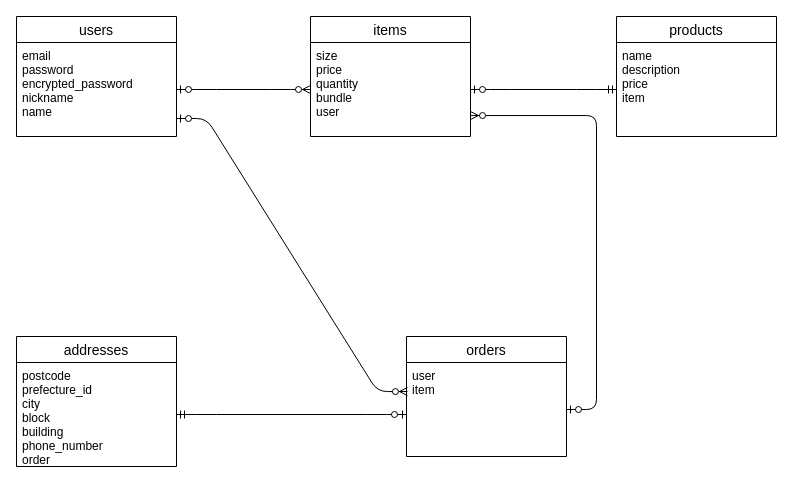
shionsenoo/material keeps this draw.io diagram as material.dio. Above is the earlier version. Source tidied: cells renumbered, new cells numbered last; positions are measured from the earlier drawing's top-left corner, leaving out a move shared by most shapes. Both pictures are drawn from the tidied source at 100%, with x=0, y=0 at pixel (16, 16).
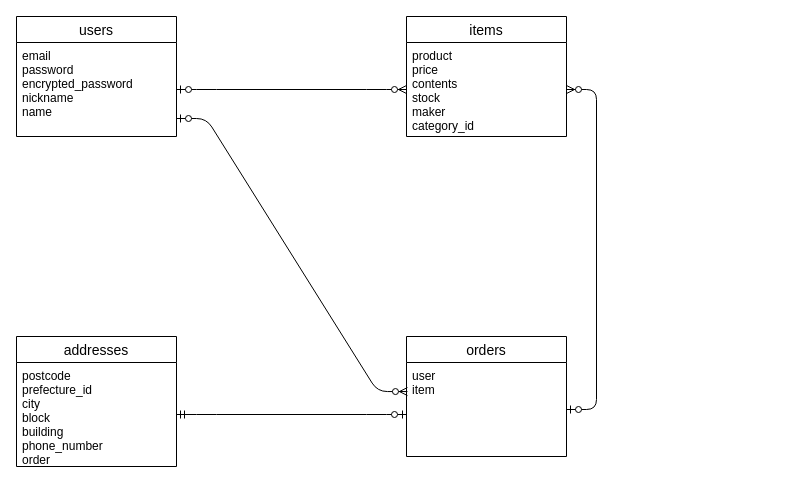
The same page after the edit.

Change to the diagram source:
```diff
@@
 <mxGraphModel>
   <root>
     <mxCell id="0" />
     <mxCell id="1" parent="0" />
     <mxCell id="2" value="orders" style="swimlane;fontStyle=0;horizontal=1;startSize=26;align=center;fontSize=14;" parent="1" vertex="1">
       <mxGeometry x="390" y="320" width="160" height="120" as="geometry" />
     </mxCell>
     <mxCell id="3" value="user&#10;item&#10;" style="text;strokeColor=none;fillColor=none;spacingLeft=4;spacingRight=4;overflow=hidden;points=[[0,0.5],[1,0.5]];portConstraint=eastwest;fontSize=12;" parent="2" vertex="1">
       <mxGeometry y="26" width="160" height="94" as="geometry" />
     </mxCell>
     <mxCell id="4" value="items" style="swimlane;fontStyle=0;horizontal=1;startSize=26;align=center;fontSize=14;" parent="1" vertex="1">
-      <mxGeometry x="294" width="160" height="120" as="geometry" />
+      <mxGeometry x="390" width="160" height="120" as="geometry" />
     </mxCell>
+    <mxCell id="14" value="product&#10;price&#10;contents&#10;stock&#10;maker&#10;category_id" style="text;strokeColor=none;fillColor=none;spacingLeft=4;spacingRight=4;overflow=hidden;points=[[0,0.5],[1,0.5]];portConstraint=eastwest;fontSize=12;" parent="4" vertex="1">
+      <mxGeometry y="26" width="160" height="94" as="geometry" />
+    </mxCell>
     <mxCell id="5" value="users" style="swimlane;fontStyle=0;horizontal=1;startSize=26;align=center;fontSize=14;" parent="1" vertex="1">
       <mxGeometry width="160" height="120" as="geometry" />
     </mxCell>
     <mxCell id="6" value="email&#10;password&#10;encrypted_password&#10;nickname&#10;name" style="text;strokeColor=none;fillColor=none;spacingLeft=4;spacingRight=4;overflow=hidden;points=[[0,0.5],[1,0.5]];portConstraint=eastwest;fontSize=12;" parent="5" vertex="1">
       <mxGeometry y="26" width="160" height="94" as="geometry" />
     </mxCell>
     <mxCell id="7" value="addresses" style="swimlane;fontStyle=0;horizontal=1;startSize=26;align=center;fontSize=14;" parent="1" vertex="1">
       <mxGeometry y="320" width="160" height="130" as="geometry" />
     </mxCell>
     <mxCell id="8" value="postcode&#10;prefecture_id&#10;city&#10;block&#10;building&#10;phone_number&#10;order" style="text;strokeColor=none;fillColor=none;spacingLeft=4;spacingRight=4;overflow=hidden;points=[[0,0.5],[1,0.5]];portConstraint=eastwest;fontSize=12;" parent="7" vertex="1">
       <mxGeometry y="26" width="160" height="104" as="geometry" />
     </mxCell>
-    <mxCell id="9" value="products" style="swimlane;fontStyle=0;horizontal=1;startSize=26;align=center;fontSize=14;" parent="1" vertex="1">
-      <mxGeometry x="600" width="160" height="120" as="geometry" />
-    </mxCell>
-    <mxCell id="10" value="name&#10;description&#10;price&#10;item" style="text;strokeColor=none;fillColor=none;spacingLeft=4;spacingRight=4;overflow=hidden;points=[[0,0.5],[1,0.5]];portConstraint=eastwest;fontSize=12;" parent="9" vertex="1">
-      <mxGeometry y="26" width="160" height="94" as="geometry" />
-    </mxCell>
     <mxCell id="11" style="edgeStyle=entityRelationEdgeStyle;fontSize=12;html=1;endArrow=ERzeroToMany;startArrow=ERzeroToOne;entryX=0;entryY=0.5;entryDx=0;entryDy=0;exitX=1;exitY=0.5;exitDx=0;exitDy=0;" parent="1" edge="1" source="6" target="14">
       <mxGeometry relative="1" as="geometry" />
     </mxCell>
-    <mxCell id="12" style="edgeStyle=entityRelationEdgeStyle;fontSize=12;html=1;endArrow=ERzeroToOne;startArrow=ERmandOne;entryX=1;entryY=0.5;entryDx=0;entryDy=0;exitX=0;exitY=0.5;exitDx=0;exitDy=0;" parent="1" edge="1" source="10" target="14">
-      <mxGeometry relative="1" as="geometry" />
-    </mxCell>
-    <mxCell id="13" style="edgeStyle=entityRelationEdgeStyle;fontSize=12;html=1;endArrow=ERzeroToMany;startArrow=ERzeroToOne;entryX=1;entryY=0.777;entryDx=0;entryDy=0;entryPerimeter=0;" parent="1" edge="1" target="14">
+    <mxCell id="13" style="edgeStyle=entityRelationEdgeStyle;fontSize=12;html=1;endArrow=ERzeroToMany;startArrow=ERzeroToOne;entryX=1;entryY=0.5;entryDx=0;entryDy=0;" parent="1" edge="1" target="14">
       <mxGeometry relative="1" as="geometry">
         <mxPoint x="550" y="393" as="sourcePoint" />
       </mxGeometry>
     </mxCell>
-    <mxCell id="14" value="size&#10;price&#10;quantity&#10;bundle&#10;user" style="text;strokeColor=none;fillColor=none;spacingLeft=4;spacingRight=4;overflow=hidden;points=[[0,0.5],[1,0.5]];portConstraint=eastwest;fontSize=12;" parent="1" vertex="1">
-      <mxGeometry x="294" y="26" width="160" height="94" as="geometry" />
-    </mxCell>
     <mxCell id="15" style="edgeStyle=entityRelationEdgeStyle;fontSize=12;html=1;endArrow=ERzeroToOne;startArrow=ERmandOne;exitX=1;exitY=0.5;exitDx=0;exitDy=0;" parent="1" edge="1" source="8">
       <mxGeometry relative="1" as="geometry">
         <mxPoint x="390" y="398" as="targetPoint" />
       </mxGeometry>
     </mxCell>
     <mxCell id="16" style="edgeStyle=entityRelationEdgeStyle;fontSize=12;html=1;endArrow=ERzeroToMany;startArrow=ERzeroToOne;entryX=0.006;entryY=0.309;entryDx=0;entryDy=0;entryPerimeter=0;" parent="1" edge="1" target="3">
       <mxGeometry relative="1" as="geometry">
         <mxPoint x="160" y="102" as="sourcePoint" />
       </mxGeometry>
     </mxCell>
   </root>
 </mxGraphModel>
```
